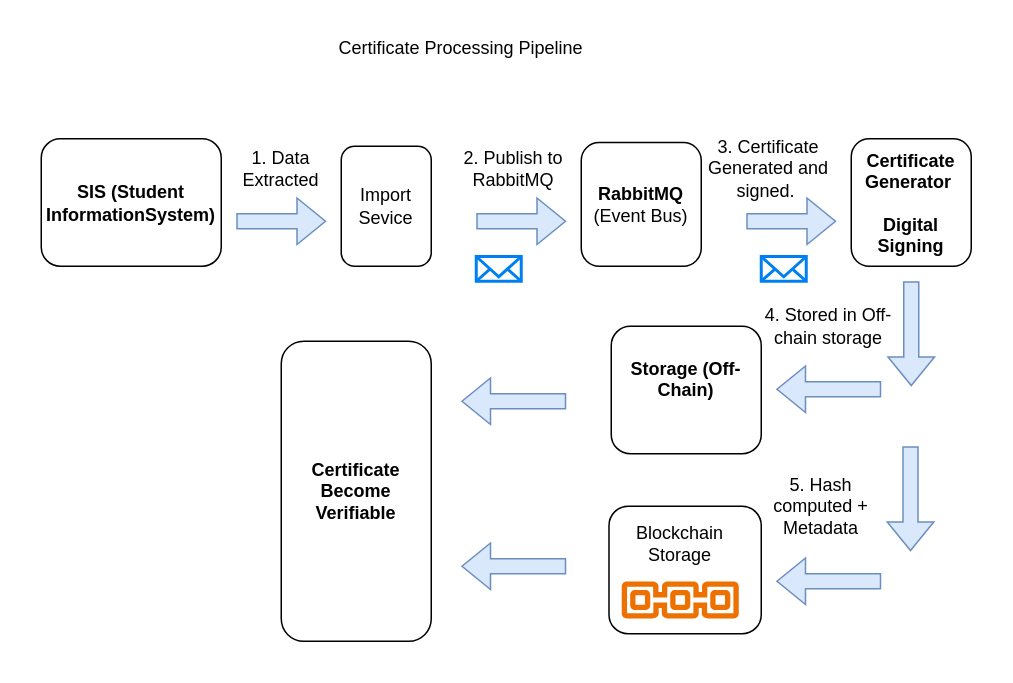
Above: CertProcessingPipeline.drawio in SifisoMzansi/architecture-diagrams (draw.io), before the change. Source tidied: cells renumbered, new cells numbered last; positions are measured from the earlier drawing's top-left corner, leaving out a move shared by most shapes. Both pictures are drawn from the tidied source at 150%, with x=0, y=0 at pixel (40, 26).
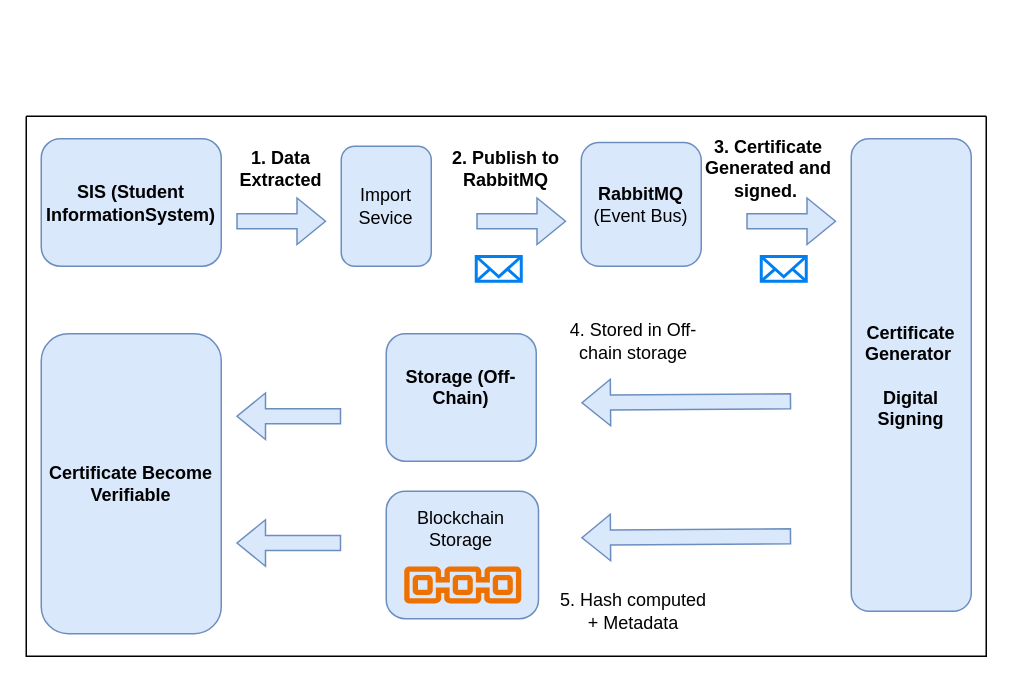
Above is the later version.

Diff of the diagram source:
```diff
@@
-    <mxCell id="2" value="&lt;b&gt;SIS (Student InformationSystem)&lt;/b&gt;" style="rounded=1;whiteSpace=wrap;html=1;" parent="1" vertex="1">
+    <mxCell id="2" value="&lt;b&gt;SIS (Student InformationSystem)&lt;/b&gt;" style="rounded=1;whiteSpace=wrap;html=1;fillColor=#dae8fc;strokeColor=#6c8ebf;" parent="1" vertex="1">
       <mxGeometry y="75" width="120" height="85" as="geometry" />
     </mxCell>
-    <mxCell id="3" value="1. Data Extracted" style="text;html=1;whiteSpace=wrap;strokeColor=none;fillColor=none;align=center;verticalAlign=middle;rounded=0;" parent="1" vertex="1">
+    <mxCell id="3" value="&lt;b&gt;1. Data Extracted&lt;/b&gt;" style="text;html=1;whiteSpace=wrap;strokeColor=none;fillColor=none;align=center;verticalAlign=middle;rounded=0;" parent="1" vertex="1">
       <mxGeometry x="130" y="80" width="60" height="30" as="geometry" />
     </mxCell>
-    <mxCell id="4" value="Import Sevice" style="rounded=1;whiteSpace=wrap;html=1;" parent="1" vertex="1">
+    <mxCell id="4" value="Import Sevice" style="rounded=1;whiteSpace=wrap;html=1;fillColor=#dae8fc;strokeColor=#6c8ebf;" parent="1" vertex="1">
       <mxGeometry x="200" y="80" width="60" height="80" as="geometry" />
     </mxCell>
-    <mxCell id="5" value="2. Publish to RabbitMQ" style="text;html=1;whiteSpace=wrap;strokeColor=none;fillColor=none;align=center;verticalAlign=middle;rounded=0;" parent="1" vertex="1">
-      <mxGeometry x="280" y="80" width="70" height="30" as="geometry" />
+    <mxCell id="5" value="&lt;b&gt;2. Publish to RabbitMQ&lt;/b&gt;" style="text;html=1;whiteSpace=wrap;strokeColor=none;fillColor=none;align=center;verticalAlign=middle;rounded=0;" parent="1" vertex="1">
+      <mxGeometry x="270" y="80" width="80" height="30" as="geometry" />
     </mxCell>
-    <mxCell id="6" value="&lt;b&gt;RabbitMQ &lt;/b&gt;(Event Bus)" style="rounded=1;whiteSpace=wrap;html=1;" parent="1" vertex="1">
+    <mxCell id="6" value="&lt;b&gt;RabbitMQ &lt;/b&gt;(Event Bus)" style="rounded=1;whiteSpace=wrap;html=1;fillColor=#dae8fc;strokeColor=#6c8ebf;" parent="1" vertex="1">
       <mxGeometry x="360" y="77.5" width="80" height="82.5" as="geometry" />
     </mxCell>
-    <mxCell id="7" value="&lt;b&gt;Certificate Generator&amp;nbsp;&lt;/b&gt;&lt;div&gt;&lt;b&gt;&lt;br&gt;&lt;/b&gt;&lt;/div&gt;&lt;div&gt;&lt;b&gt;Digital Signing&lt;/b&gt;&lt;/div&gt;" style="rounded=1;whiteSpace=wrap;html=1;" parent="1" vertex="1">
-      <mxGeometry x="540" y="75" width="80" height="85" as="geometry" />
+    <mxCell id="7" value="&lt;b&gt;Certificate Generator&amp;nbsp;&lt;/b&gt;&lt;div&gt;&lt;b&gt;&lt;br&gt;&lt;/b&gt;&lt;/div&gt;&lt;div&gt;&lt;b&gt;Digital Signing&lt;/b&gt;&lt;/div&gt;" style="rounded=1;whiteSpace=wrap;html=1;fillColor=#dae8fc;strokeColor=#6c8ebf;" parent="1" vertex="1">
+      <mxGeometry x="540" y="75" width="80" height="315" as="geometry" />
     </mxCell>
-    <mxCell id="8" value="3. Certificate Generated and signed.&amp;nbsp;" style="text;html=1;whiteSpace=wrap;strokeColor=none;fillColor=none;align=center;verticalAlign=middle;rounded=0;" parent="1" vertex="1">
+    <mxCell id="8" value="3. Certificate Generated and signed.&amp;nbsp;" style="text;html=1;whiteSpace=wrap;strokeColor=none;fillColor=none;align=center;verticalAlign=middle;rounded=0;fontStyle=1;" parent="1" vertex="1">
       <mxGeometry x="440" y="80" width="90" height="30" as="geometry" />
     </mxCell>
@@
-    <mxCell id="11" value="&lt;b&gt;Storage (Off-Chain)&lt;/b&gt;&lt;div&gt;&lt;b&gt;&lt;br&gt;&lt;/b&gt;&lt;/div&gt;" style="rounded=1;whiteSpace=wrap;html=1;" parent="1" vertex="1">
-      <mxGeometry x="380" y="200" width="100" height="85" as="geometry" />
+    <mxCell id="11" value="&lt;b&gt;Storage (Off-Chain)&lt;/b&gt;&lt;div&gt;&lt;b&gt;&lt;br&gt;&lt;/b&gt;&lt;/div&gt;" style="rounded=1;whiteSpace=wrap;html=1;fillColor=#dae8fc;strokeColor=#6c8ebf;" parent="1" vertex="1">
+      <mxGeometry x="230" y="205" width="100" height="85" as="geometry" />
     </mxCell>
-    <mxCell id="12" style="rounded=1;whiteSpace=wrap;html=1;" parent="1" vertex="1">
-      <mxGeometry x="378.5" y="320" width="101.5" height="85" as="geometry" />
+    <mxCell id="12" style="rounded=1;whiteSpace=wrap;html=1;fillColor=#dae8fc;strokeColor=#6c8ebf;" parent="1" vertex="1">
+      <mxGeometry x="230" y="310" width="101.5" height="85" as="geometry" />
     </mxCell>
     <mxCell id="13" style="sketch=0;fontColor=#232F3E;gradientColor=none;fillColor=#ED7100;strokeColor=none;dashed=0;verticalLabelPosition=bottom;verticalAlign=top;align=center;html=1;fontSize=12;fontStyle=0;shape=mxgraph.aws4.blockchain_resource;" parent="1" vertex="1">
-      <mxGeometry x="387" y="370" width="78" height="25" as="geometry" />
+      <mxGeometry x="242" y="360" width="78" height="25" as="geometry" />
     </mxCell>
-    <mxCell id="14" value="&lt;div&gt;&lt;b&gt;Certificate Become Verifiable&lt;/b&gt;&lt;/div&gt;" style="rounded=1;whiteSpace=wrap;html=1;" parent="1" vertex="1">
-      <mxGeometry x="160" y="210" width="100" height="200" as="geometry" />
+    <mxCell id="14" value="&lt;div&gt;&lt;b&gt;Certificate Become Verifiable&lt;/b&gt;&lt;/div&gt;" style="rounded=1;whiteSpace=wrap;html=1;fillColor=#dae8fc;strokeColor=#6c8ebf;" parent="1" vertex="1">
+      <mxGeometry y="205" width="120" height="200" as="geometry" />
     </mxCell>
     <mxCell id="15" value="4. Stored in Off-chain storage" style="text;html=1;whiteSpace=wrap;strokeColor=none;fillColor=none;align=center;verticalAlign=middle;rounded=0;" parent="1" vertex="1">
-      <mxGeometry x="480" y="170" width="90" height="60" as="geometry" />
+      <mxGeometry x="350" y="180" width="90" height="60" as="geometry" />
     </mxCell>
     <mxCell id="16" value="5. Hash computed + Metadata" style="text;html=1;whiteSpace=wrap;strokeColor=none;fillColor=none;align=center;verticalAlign=middle;rounded=0;" parent="1" vertex="1">
-      <mxGeometry x="480" y="305" width="80" height="30" as="geometry" />
+      <mxGeometry x="345" y="375" width="100" height="30" as="geometry" />
     </mxCell>
@@
     <mxCell id="20" style="shape=flexArrow;endArrow=classic;html=1;rounded=0;fillColor=#dae8fc;strokeColor=#6c8ebf;" parent="1" edge="1">
       <mxGeometry relative="1" as="geometry">
-        <mxPoint x="560" y="242" as="sourcePoint" />
-        <mxPoint x="490" y="242" as="targetPoint" />
+        <mxPoint x="500" y="250" as="sourcePoint" />
+        <mxPoint x="360" y="251" as="targetPoint" />
       </mxGeometry>
     </mxCell>
-    <mxCell id="21" style="shape=flexArrow;endArrow=classic;html=1;rounded=0;fillColor=#dae8fc;strokeColor=#6c8ebf;" parent="1" edge="1">
-      <mxGeometry relative="1" as="geometry">
-        <mxPoint x="560" y="370" as="sourcePoint" />
-        <mxPoint x="490" y="370" as="targetPoint" />
-      </mxGeometry>
-    </mxCell>
-    <mxCell id="22" style="shape=flexArrow;endArrow=classic;html=1;rounded=0;fillColor=#dae8fc;strokeColor=#6c8ebf;" parent="1" edge="1">
-      <mxGeometry relative="1" as="geometry">
-        <mxPoint x="580" y="170" as="sourcePoint" />
-        <mxPoint x="580" y="240" as="targetPoint" />
-      </mxGeometry>
-    </mxCell>
-    <mxCell id="23" style="shape=flexArrow;endArrow=classic;html=1;rounded=0;fillColor=#dae8fc;strokeColor=#6c8ebf;" parent="1" edge="1">
-      <mxGeometry relative="1" as="geometry">
-        <mxPoint x="579.5" y="280" as="sourcePoint" />
-        <mxPoint x="579.5" y="350" as="targetPoint" />
-      </mxGeometry>
-    </mxCell>
     <mxCell id="24" value="Blockchain Storage" style="text;html=1;whiteSpace=wrap;strokeColor=none;fillColor=none;align=center;verticalAlign=middle;rounded=0;" parent="1" vertex="1">
-      <mxGeometry x="396" y="330" width="60" height="30" as="geometry" />
+      <mxGeometry x="250" y="320" width="60" height="30" as="geometry" />
     </mxCell>
     <mxCell id="25" style="shape=flexArrow;endArrow=classic;html=1;rounded=0;fillColor=#dae8fc;strokeColor=#6c8ebf;" parent="1" edge="1">
       <mxGeometry relative="1" as="geometry">
-        <mxPoint x="350" y="360" as="sourcePoint" />
-        <mxPoint x="280" y="360" as="targetPoint" />
+        <mxPoint x="200" y="344.5" as="sourcePoint" />
+        <mxPoint x="130" y="344.5" as="targetPoint" />
       </mxGeometry>
     </mxCell>
     <mxCell id="26" style="shape=flexArrow;endArrow=classic;html=1;rounded=0;fillColor=#dae8fc;strokeColor=#6c8ebf;" parent="1" edge="1">
       <mxGeometry relative="1" as="geometry">
-        <mxPoint x="350" y="250" as="sourcePoint" />
-        <mxPoint x="280" y="250" as="targetPoint" />
+        <mxPoint x="200" y="260" as="sourcePoint" />
+        <mxPoint x="130" y="260" as="targetPoint" />
       </mxGeometry>
     </mxCell>
-    <mxCell id="27" value="Certificate Processing Pipeline" style="text;html=1;whiteSpace=wrap;strokeColor=none;fillColor=none;align=center;verticalAlign=middle;rounded=0;" parent="1" vertex="1">
-      <mxGeometry x="140" width="280" height="30" as="geometry" />
-    </mxCell>
+    <mxCell id="28" style="shape=flexArrow;endArrow=classic;html=1;rounded=0;fillColor=#dae8fc;strokeColor=#6c8ebf;" parent="1" edge="1">
+      <mxGeometry relative="1" as="geometry">
+        <mxPoint x="500" y="340" as="sourcePoint" />
+        <mxPoint x="360" y="341" as="targetPoint" />
+      </mxGeometry>
+    </mxCell>
+    <mxCell id="29" style="swimlane;startSize=0;" parent="1" vertex="1">
+      <mxGeometry x="-10" y="60" width="640" height="360" as="geometry" />
+    </mxCell>
```
